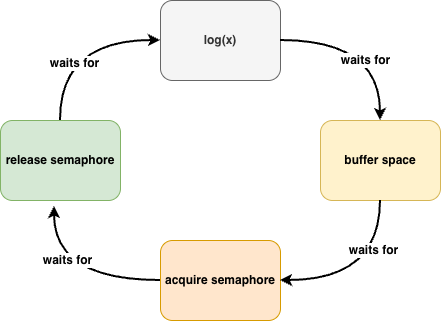
This is docs/assets/drawings/2026-06-05-waiting-circle.drawio.png from mlangc/mlangc.github.io, a draw.io export, as it was before one commit. Source tidied: cells renumbered, new cells last; positions are measured from the earlier drawing's top-left corner, leaving out a move shared by most shapes. The source it was exported from:
```xml
<mxGraphModel>
  <root>
    <mxCell id="0" />
    <mxCell id="1" parent="0" />
    <mxCell id="2" value="&lt;b&gt;log(x)&lt;/b&gt;" style="rounded=1;whiteSpace=wrap;html=1;fillColor=#f5f5f5;fontColor=#333333;strokeColor=#666666;" parent="1" vertex="1">
      <mxGeometry x="160" width="120" height="80" as="geometry" />
    </mxCell>
    <mxCell id="3" value="&lt;b&gt;buffer space&lt;/b&gt;" style="rounded=1;whiteSpace=wrap;html=1;fillColor=#fff2cc;strokeColor=#d6b656;" parent="1" vertex="1">
      <mxGeometry x="320" y="120" width="120" height="80" as="geometry" />
    </mxCell>
    <mxCell id="4" value="&lt;b&gt;acquire semaphore&lt;/b&gt;" style="rounded=1;whiteSpace=wrap;html=1;fillColor=#ffe6cc;strokeColor=#d79b00;" parent="1" vertex="1">
      <mxGeometry x="160" y="240" width="120" height="80" as="geometry" />
    </mxCell>
    <mxCell id="5" value="&lt;b&gt;release semaphore&lt;/b&gt;" style="rounded=1;whiteSpace=wrap;html=1;fillColor=#d5e8d4;strokeColor=#82b366;" parent="1" vertex="1">
      <mxGeometry y="120" width="120" height="80" as="geometry" />
    </mxCell>
    <mxCell id="6" style="endArrow=classic;html=1;rounded=0;exitX=1;exitY=0.5;exitDx=0;exitDy=0;entryX=0.5;entryY=0;entryDx=0;entryDy=0;strokeWidth=2;edgeStyle=orthogonalEdgeStyle;curved=1;" parent="1" edge="1" source="2" target="3">
      <mxGeometry relative="1" as="geometry" />
    </mxCell>
    <mxCell id="7" value="&lt;font style=&quot;font-size: 12px;&quot;&gt;&lt;b&gt;waits for&lt;/b&gt;&lt;/font&gt;" style="edgeLabel;html=1;align=center;verticalAlign=middle;" parent="6" vertex="1">
      <mxGeometry x="0.32" y="-16" relative="1" as="geometry" />
    </mxCell>
    <mxCell id="8" style="endArrow=classic;html=1;rounded=0;exitX=0.5;exitY=1;exitDx=0;exitDy=0;entryX=1;entryY=0.5;entryDx=0;entryDy=0;strokeWidth=2;edgeStyle=orthogonalEdgeStyle;curved=1;" parent="1" edge="1" source="3" target="4">
      <mxGeometry relative="1" as="geometry" />
    </mxCell>
    <mxCell id="9" value="&lt;b style=&quot;font-size: 12px;&quot;&gt;waits for&lt;/b&gt;" style="edgeLabel;html=1;align=center;verticalAlign=middle;" parent="8" vertex="1">
      <mxGeometry x="-0.46" y="-8" relative="1" as="geometry" />
    </mxCell>
    <mxCell id="10" style="endArrow=classic;html=1;rounded=0;exitX=0;exitY=0.5;exitDx=0;exitDy=0;entryX=0.45;entryY=1.075;entryDx=0;entryDy=0;strokeWidth=2;edgeStyle=orthogonalEdgeStyle;curved=1;entryPerimeter=0;" parent="1" edge="1" source="4" target="5">
      <mxGeometry relative="1" as="geometry" />
    </mxCell>
    <mxCell id="11" value="&lt;b style=&quot;font-size: 12px;&quot;&gt;waits for&lt;/b&gt;" style="edgeLabel;html=1;align=center;verticalAlign=middle;" parent="10" vertex="1">
      <mxGeometry x="0.41" y="-12" relative="1" as="geometry" />
    </mxCell>
    <mxCell id="12" style="endArrow=classic;html=1;rounded=0;exitX=0.5;exitY=0;exitDx=0;exitDy=0;entryX=0;entryY=0.5;entryDx=0;entryDy=0;strokeWidth=2;edgeStyle=orthogonalEdgeStyle;curved=1;" parent="1" edge="1" source="5" target="2">
      <mxGeometry relative="1" as="geometry" />
    </mxCell>
    <mxCell id="13" value="&lt;b style=&quot;font-size: 12px;&quot;&gt;waits for&lt;/b&gt;" style="edgeLabel;html=1;align=center;verticalAlign=middle;" parent="12" vertex="1">
      <mxGeometry x="-0.36" y="-13" relative="1" as="geometry" />
    </mxCell>
  </root>
</mxGraphModel>
```
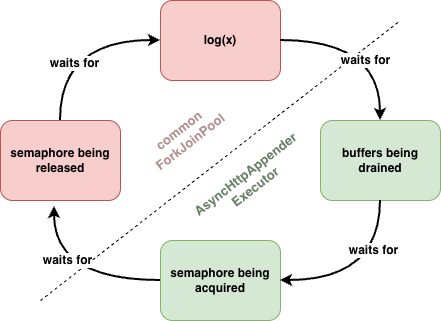
Later version of the same file.

What changed in the source:
```diff
@@ -2,16 +2,22 @@
   <root>
     <mxCell id="0" />
     <mxCell id="1" parent="0" />
+    <mxCell id="14" style="endArrow=none;dashed=1;html=1;rounded=0;" parent="1" edge="1">
+      <mxGeometry relative="1" as="geometry">
+        <mxPoint x="40" y="300" as="sourcePoint" />
+        <mxPoint x="400" y="20" as="targetPoint" />
+      </mxGeometry>
+    </mxCell>
-    <mxCell id="2" value="&lt;b&gt;log(x)&lt;/b&gt;" style="rounded=1;whiteSpace=wrap;html=1;fillColor=#f5f5f5;fontColor=#333333;strokeColor=#666666;" parent="1" vertex="1">
+    <mxCell id="2" value="&lt;b&gt;log(x)&lt;/b&gt;" style="rounded=1;whiteSpace=wrap;html=1;fillColor=#f8cecc;strokeColor=#b85450;" parent="1" vertex="1">
       <mxGeometry x="160" width="120" height="80" as="geometry" />
     </mxCell>
-    <mxCell id="3" value="&lt;b&gt;buffer space&lt;/b&gt;" style="rounded=1;whiteSpace=wrap;html=1;fillColor=#fff2cc;strokeColor=#d6b656;" parent="1" vertex="1">
+    <mxCell id="3" value="&lt;b&gt;buffers being drained&lt;/b&gt;" style="rounded=1;whiteSpace=wrap;html=1;fillColor=#d5e8d4;strokeColor=#82b366;" parent="1" vertex="1">
       <mxGeometry x="320" y="120" width="120" height="80" as="geometry" />
     </mxCell>
-    <mxCell id="4" value="&lt;b&gt;acquire semaphore&lt;/b&gt;" style="rounded=1;whiteSpace=wrap;html=1;fillColor=#ffe6cc;strokeColor=#d79b00;" parent="1" vertex="1">
+    <mxCell id="4" value="&lt;b&gt;semaphore being acquired&lt;/b&gt;" style="rounded=1;whiteSpace=wrap;html=1;fillColor=#d5e8d4;strokeColor=#82b366;" parent="1" vertex="1">
       <mxGeometry x="160" y="240" width="120" height="80" as="geometry" />
     </mxCell>
-    <mxCell id="5" value="&lt;b&gt;release semaphore&lt;/b&gt;" style="rounded=1;whiteSpace=wrap;html=1;fillColor=#d5e8d4;strokeColor=#82b366;" parent="1" vertex="1">
+    <mxCell id="5" value="&lt;b&gt;semaphore being released&lt;/b&gt;" style="rounded=1;whiteSpace=wrap;html=1;fillColor=#f8cecc;strokeColor=#b85450;" parent="1" vertex="1">
       <mxGeometry y="120" width="120" height="80" as="geometry" />
     </mxCell>
     <mxCell id="6" style="endArrow=classic;html=1;rounded=0;exitX=1;exitY=0.5;exitDx=0;exitDy=0;entryX=0.5;entryY=0;entryDx=0;entryDy=0;strokeWidth=2;edgeStyle=orthogonalEdgeStyle;curved=1;" parent="1" edge="1" source="2" target="3">
@@ -38,5 +44,11 @@
     <mxCell id="13" value="&lt;b style=&quot;font-size: 12px;&quot;&gt;waits for&lt;/b&gt;" style="edgeLabel;html=1;align=center;verticalAlign=middle;" parent="12" vertex="1">
       <mxGeometry x="-0.36" y="-13" relative="1" as="geometry" />
     </mxCell>
+    <mxCell id="15" value="&lt;b&gt;&lt;font style=&quot;color: light-dark(rgb(176, 144, 143), rgb(248, 206, 204)); font-size: 13px;&quot;&gt;common&amp;nbsp;&lt;/font&gt;&lt;/b&gt;&lt;div&gt;&lt;b&gt;&lt;font style=&quot;color: light-dark(rgb(176, 144, 143), rgb(248, 206, 204)); font-size: 13px;&quot;&gt;ForkJoinPool&lt;/font&gt;&lt;/b&gt;&lt;/div&gt;" style="text;html=1;whiteSpace=wrap;strokeColor=none;fillColor=none;align=center;verticalAlign=middle;rounded=0;rotation=322;" parent="1" vertex="1">
+      <mxGeometry x="130" y="115" width="110" height="40" as="geometry" />
+    </mxCell>
+    <mxCell id="16" value="&lt;b&gt;&lt;font style=&quot;font-size: 13px; color: light-dark(rgb(103, 128, 103), rgb(77, 94, 77));&quot;&gt;AsyncHttpAppender&lt;/font&gt;&lt;/b&gt;&lt;div&gt;&lt;b&gt;&lt;font style=&quot;font-size: 13px; color: light-dark(rgb(103, 128, 103), rgb(77, 94, 77));&quot;&gt;Executor&lt;/font&gt;&lt;/b&gt;&lt;/div&gt;" style="text;html=1;whiteSpace=wrap;strokeColor=none;fillColor=none;align=center;verticalAlign=middle;rounded=0;rotation=322;" parent="1" vertex="1">
+      <mxGeometry x="175" y="160" width="150" height="40" as="geometry" />
+    </mxCell>
   </root>
 </mxGraphModel>
```
